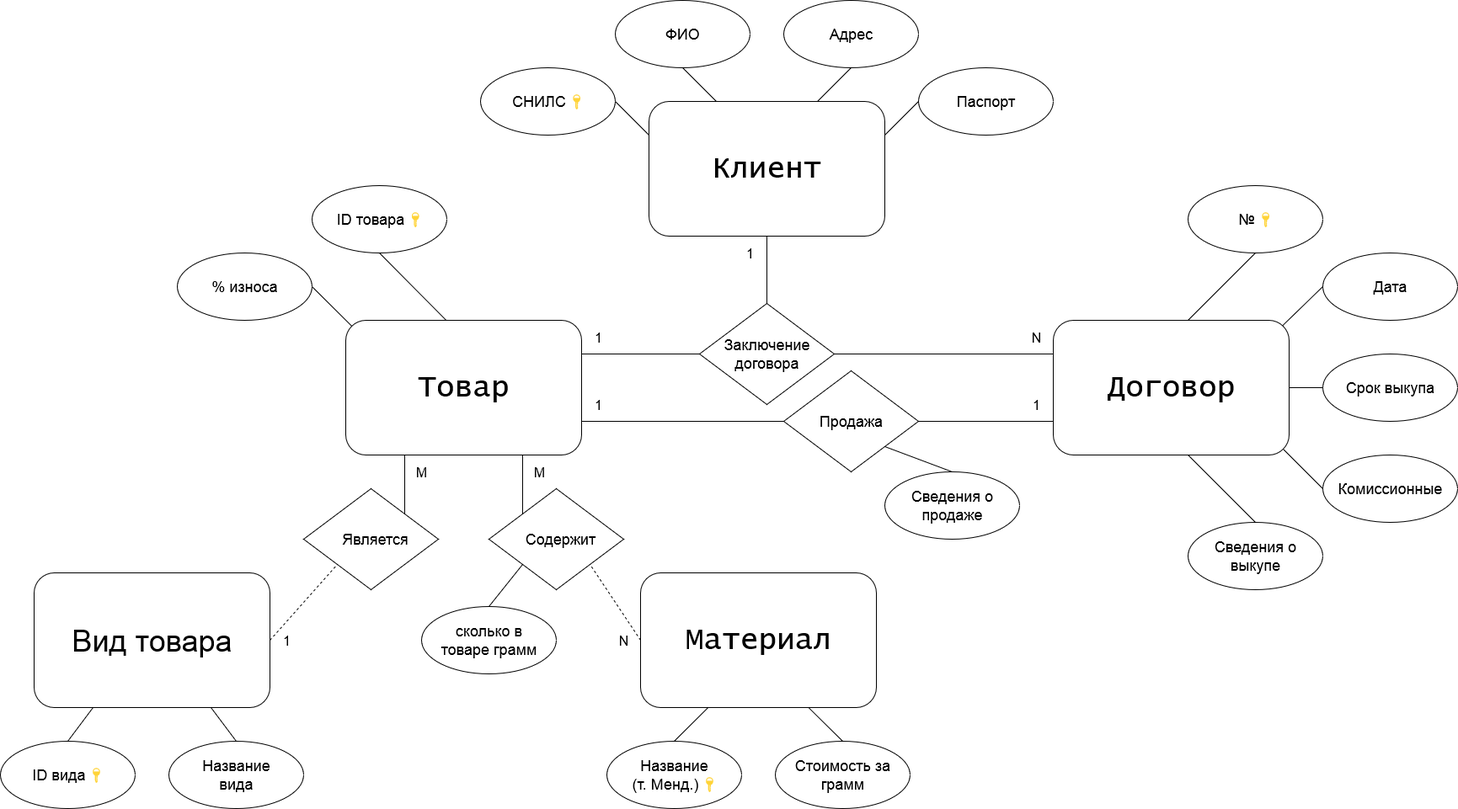
The draw.io diagram Ломбард.drawio.png in staretc/Pawnshop_DB, before a commit. Source tidied: cells renumbered, new cells last; positions are measured from the earlier drawing's top-left corner, leaving out a move shared by most shapes.
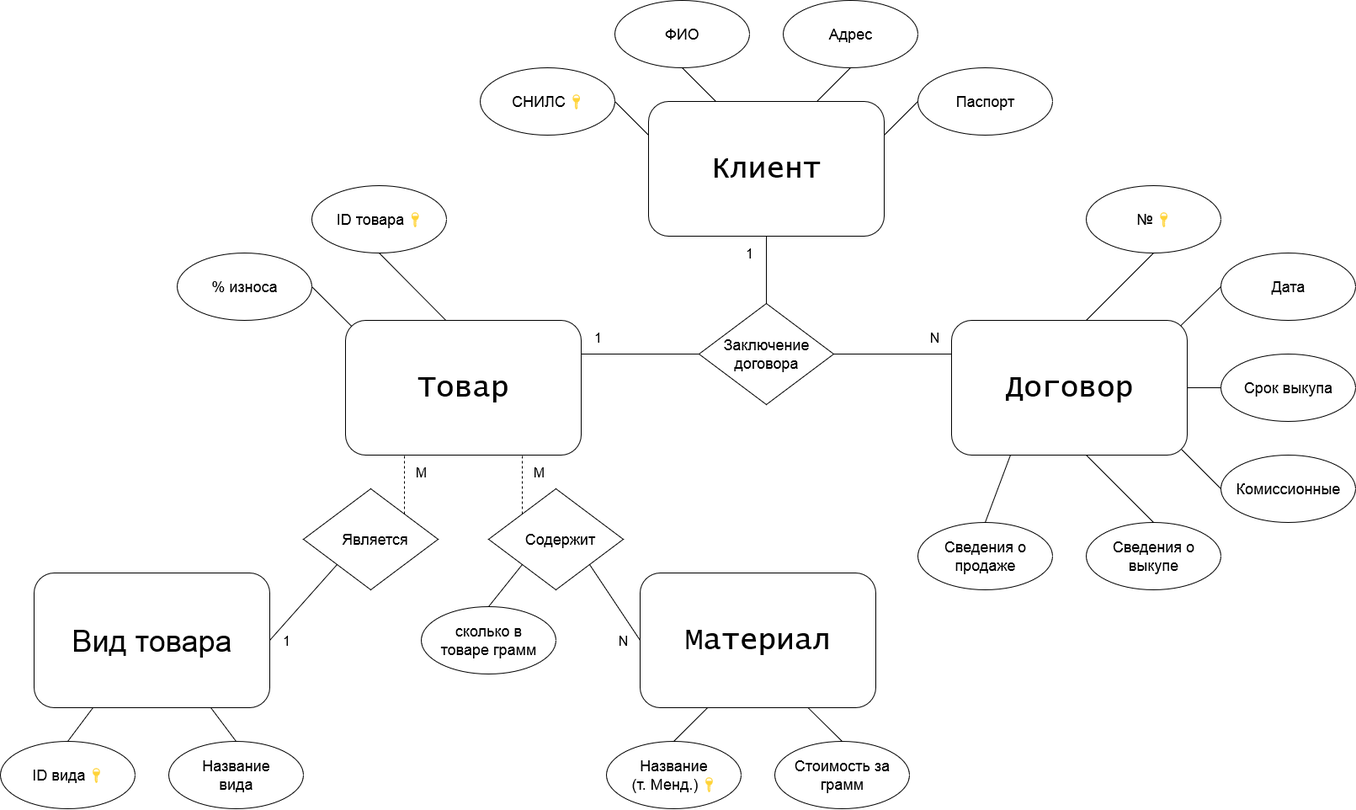
After the commit.

Commit message:
ER-model: some fixes and Sell relation deleted

The edit, as a diff of the source:
```diff
@@ -21,10 +21,10 @@
       <mxGeometry x="800" y="720" width="200" height="80" as="geometry" />
     </mxCell>
     <mxCell id="8" style="rounded=1;whiteSpace=wrap;html=1;" parent="1" vertex="1">
-      <mxGeometry x="1250" y="380" width="280" height="160" as="geometry" />
+      <mxGeometry x="1130" y="380" width="280" height="160" as="geometry" />
     </mxCell>
     <mxCell id="9" value="&lt;font face=&quot;Lucida Console&quot;&gt;&lt;span style=&quot;font-size: 36px;&quot;&gt;Договор&lt;/span&gt;&lt;/font&gt;" style="text;html=1;align=center;verticalAlign=middle;whiteSpace=wrap;rounded=0;" parent="1" vertex="1">
-      <mxGeometry x="1290" y="420" width="200" height="80" as="geometry" />
+      <mxGeometry x="1170" y="420" width="200" height="80" as="geometry" />
     </mxCell>
     <mxCell id="10" style="ellipse;whiteSpace=wrap;html=1;" parent="1" vertex="1">
       <mxGeometry x="720" y="880" width="160" height="80" as="geometry" />
@@ -69,34 +69,34 @@
       <mxGeometry x="950" y="20" width="120" height="40" as="geometry" />
     </mxCell>
     <mxCell id="24" style="ellipse;whiteSpace=wrap;html=1;" parent="1" vertex="1">
-      <mxGeometry x="1410" y="220" width="160" height="80" as="geometry" />
+      <mxGeometry x="1290" y="220" width="160" height="80" as="geometry" />
     </mxCell>
     <mxCell id="25" value="&lt;span style=&quot;font-size: 18px;&quot;&gt;№&amp;nbsp;&lt;/span&gt;&lt;span style=&quot;color: rgb(17, 17, 17); font-family: Arial, sans-serif; font-size: 16px; text-align: right;&quot;&gt;🔑&lt;/span&gt;" style="text;html=1;align=center;verticalAlign=middle;whiteSpace=wrap;rounded=0;" parent="1" vertex="1">
-      <mxGeometry x="1430" y="240" width="120" height="40" as="geometry" />
+      <mxGeometry x="1310" y="240" width="120" height="40" as="geometry" />
     </mxCell>
     <mxCell id="26" style="ellipse;whiteSpace=wrap;html=1;" parent="1" vertex="1">
-      <mxGeometry x="1570" y="300" width="160" height="80" as="geometry" />
+      <mxGeometry x="1450" y="300" width="160" height="80" as="geometry" />
     </mxCell>
     <mxCell id="27" value="&lt;span style=&quot;font-size: 18px;&quot;&gt;Дата&lt;/span&gt;" style="text;html=1;align=center;verticalAlign=middle;whiteSpace=wrap;rounded=0;" parent="1" vertex="1">
-      <mxGeometry x="1590" y="320" width="120" height="40" as="geometry" />
+      <mxGeometry x="1470" y="320" width="120" height="40" as="geometry" />
     </mxCell>
     <mxCell id="28" style="ellipse;whiteSpace=wrap;html=1;" parent="1" vertex="1">
-      <mxGeometry x="1570" y="420" width="160" height="80" as="geometry" />
+      <mxGeometry x="1450" y="420" width="160" height="80" as="geometry" />
     </mxCell>
     <mxCell id="29" value="&lt;span style=&quot;font-size: 18px;&quot;&gt;Срок выкупа&lt;/span&gt;" style="text;html=1;align=center;verticalAlign=middle;whiteSpace=wrap;rounded=0;" parent="1" vertex="1">
-      <mxGeometry x="1590" y="440" width="120" height="40" as="geometry" />
+      <mxGeometry x="1470" y="440" width="120" height="40" as="geometry" />
     </mxCell>
     <mxCell id="30" style="ellipse;whiteSpace=wrap;html=1;" parent="1" vertex="1">
-      <mxGeometry x="1570" y="540" width="160" height="80" as="geometry" />
+      <mxGeometry x="1450" y="540" width="160" height="80" as="geometry" />
     </mxCell>
     <mxCell id="31" value="&lt;span style=&quot;font-size: 18px;&quot;&gt;Комиссионные&lt;/span&gt;" style="text;html=1;align=center;verticalAlign=middle;whiteSpace=wrap;rounded=0;" parent="1" vertex="1">
-      <mxGeometry x="1590" y="560" width="120" height="40" as="geometry" />
+      <mxGeometry x="1470" y="560" width="120" height="40" as="geometry" />
     </mxCell>
     <mxCell id="32" style="ellipse;whiteSpace=wrap;html=1;" parent="1" vertex="1">
-      <mxGeometry x="1410" y="620" width="160" height="80" as="geometry" />
+      <mxGeometry x="1290" y="620" width="160" height="80" as="geometry" />
     </mxCell>
     <mxCell id="33" value="&lt;span style=&quot;font-size: 18px;&quot;&gt;Сведения о выкупе&lt;/span&gt;" style="text;html=1;align=center;verticalAlign=middle;whiteSpace=wrap;rounded=0;" parent="1" vertex="1">
-      <mxGeometry x="1430" y="640" width="120" height="40" as="geometry" />
+      <mxGeometry x="1310" y="640" width="120" height="40" as="geometry" />
     </mxCell>
     <mxCell id="34" style="ellipse;whiteSpace=wrap;html=1;" parent="1" vertex="1">
       <mxGeometry x="570" y="80" width="160" height="80" as="geometry" />
@@ -110,12 +110,10 @@
     <mxCell id="37" value="&lt;font style=&quot;font-size: 18px;&quot;&gt;Содержит&lt;/font&gt;" style="text;html=1;align=center;verticalAlign=middle;whiteSpace=wrap;rounded=0;" parent="1" vertex="1">
       <mxGeometry x="620" y="620" width="90" height="40" as="geometry" />
     </mxCell>
-    <mxCell id="38" style="endArrow=none;dashed=1;html=1;rounded=0;exitX=0;exitY=0.5;exitDx=0;exitDy=0;" parent="1" edge="1" source="6">
-      <mxGeometry relative="1" as="geometry">
-        <mxPoint x="700" y="670" as="targetPoint" />
-      </mxGeometry>
+    <mxCell id="38" style="endArrow=none;dashed=1;html=1;rounded=0;entryX=0;entryY=0;entryDx=0;entryDy=0;exitX=0;exitY=0;exitDx=0;exitDy=0;" parent="1" edge="1" source="36" target="40">
+      <mxGeometry relative="1" as="geometry" />
     </mxCell>
-    <mxCell id="39" style="endArrow=none;html=1;rounded=0;entryX=0.75;entryY=1;entryDx=0;entryDy=0;exitX=0;exitY=0;exitDx=0;exitDy=0;" parent="1" edge="1" source="36" target="4">
+    <mxCell id="39" style="endArrow=none;html=1;rounded=0;entryX=1;entryY=1;entryDx=0;entryDy=0;exitX=0;exitY=0.5;exitDx=0;exitDy=0;" parent="1" edge="1" source="6" target="36">
       <mxGeometry relative="1" as="geometry" />
     </mxCell>
     <mxCell id="40" value="&lt;font style=&quot;font-size: 16px;&quot;&gt;M&lt;/font&gt;" style="text;html=1;align=center;verticalAlign=middle;whiteSpace=wrap;rounded=0;" parent="1" vertex="1">
@@ -158,7 +156,7 @@
     </mxCell>
     <mxCell id="52" style="endArrow=none;html=1;rounded=0;entryX=0.5;entryY=1;entryDx=0;entryDy=0;" parent="1" edge="1" target="24">
       <mxGeometry relative="1" as="geometry">
-        <mxPoint x="1410" y="380" as="sourcePoint" />
+        <mxPoint x="1290" y="380" as="sourcePoint" />
       </mxGeometry>
     </mxCell>
     <mxCell id="53" style="endArrow=none;html=1;rounded=0;entryX=0;entryY=0.5;entryDx=0;entryDy=0;exitX=0.972;exitY=0.04;exitDx=0;exitDy=0;exitPerimeter=0;" parent="1" edge="1" source="8" target="26">
@@ -186,7 +184,7 @@
       <mxGeometry x="870" y="280" width="40" height="40" as="geometry" />
     </mxCell>
     <mxCell id="61" value="&lt;span style=&quot;font-size: 16px;&quot;&gt;N&lt;/span&gt;" style="text;html=1;align=center;verticalAlign=middle;whiteSpace=wrap;rounded=0;" parent="1" vertex="1">
-      <mxGeometry x="1210" y="380" width="40" height="40" as="geometry" />
+      <mxGeometry x="1090" y="380" width="40" height="40" as="geometry" />
     </mxCell>
     <mxCell id="62" value="&lt;font style=&quot;font-size: 16px;&quot;&gt;1&lt;/font&gt;" style="text;html=1;align=center;verticalAlign=middle;whiteSpace=wrap;rounded=0;" parent="1" vertex="1">
       <mxGeometry x="690" y="380" width="40" height="40" as="geometry" />
@@ -200,31 +198,13 @@
     <mxCell id="65" style="endArrow=none;html=1;rounded=0;entryX=0.713;entryY=1.001;entryDx=0;entryDy=0;entryPerimeter=0;exitX=0.5;exitY=0;exitDx=0;exitDy=0;" parent="1" edge="1" source="63" target="6">
       <mxGeometry relative="1" as="geometry" />
     </mxCell>
-    <mxCell id="66" style="rhombus;whiteSpace=wrap;html=1;" parent="1" vertex="1">
-      <mxGeometry x="930" y="440" width="160" height="120" as="geometry" />
-    </mxCell>
-    <mxCell id="67" value="&lt;span style=&quot;font-size: 18px;&quot;&gt;Продажа&lt;/span&gt;" style="text;html=1;align=center;verticalAlign=middle;whiteSpace=wrap;rounded=0;" parent="1" vertex="1">
-      <mxGeometry x="960" y="480" width="100" height="40" as="geometry" />
-    </mxCell>
-    <mxCell id="68" style="endArrow=none;html=1;rounded=0;entryX=0;entryY=0.75;entryDx=0;entryDy=0;exitX=1;exitY=0.5;exitDx=0;exitDy=0;" parent="1" edge="1" source="66" target="8">
-      <mxGeometry relative="1" as="geometry" />
-    </mxCell>
-    <mxCell id="69" style="endArrow=none;html=1;rounded=0;entryX=1;entryY=0.75;entryDx=0;entryDy=0;exitX=0;exitY=0.5;exitDx=0;exitDy=0;" parent="1" edge="1" source="66" target="4">
-      <mxGeometry relative="1" as="geometry" />
-    </mxCell>
-    <mxCell id="70" value="&lt;font style=&quot;font-size: 16px;&quot;&gt;1&lt;/font&gt;" style="text;html=1;align=center;verticalAlign=middle;whiteSpace=wrap;rounded=0;" parent="1" vertex="1">
-      <mxGeometry x="690" y="460" width="40" height="40" as="geometry" />
-    </mxCell>
-    <mxCell id="71" value="&lt;font style=&quot;font-size: 16px;&quot;&gt;1&lt;/font&gt;" style="text;html=1;align=center;verticalAlign=middle;whiteSpace=wrap;rounded=0;" parent="1" vertex="1">
-      <mxGeometry x="1210" y="460" width="40" height="40" as="geometry" />
-    </mxCell>
     <mxCell id="72" style="ellipse;whiteSpace=wrap;html=1;" parent="1" vertex="1">
-      <mxGeometry x="1050" y="560" width="160" height="80" as="geometry" />
+      <mxGeometry x="1090" y="620" width="160" height="80" as="geometry" />
     </mxCell>
     <mxCell id="73" value="&lt;span style=&quot;font-size: 18px;&quot;&gt;Сведения о продаже&lt;/span&gt;" style="text;html=1;align=center;verticalAlign=middle;whiteSpace=wrap;rounded=0;" parent="1" vertex="1">
-      <mxGeometry x="1070" y="580" width="120" height="40" as="geometry" />
+      <mxGeometry x="1110" y="640" width="120" height="40" as="geometry" />
     </mxCell>
-    <mxCell id="74" style="endArrow=none;html=1;rounded=0;entryX=1;entryY=1;entryDx=0;entryDy=0;exitX=0.5;exitY=0;exitDx=0;exitDy=0;" parent="1" edge="1" source="72" target="66">
+    <mxCell id="74" style="endArrow=none;html=1;rounded=0;entryX=0.25;entryY=1;entryDx=0;entryDy=0;exitX=0.5;exitY=0;exitDx=0;exitDy=0;" parent="1" edge="1" source="72" target="8">
       <mxGeometry relative="1" as="geometry" />
     </mxCell>
     <mxCell id="75" style="rhombus;whiteSpace=wrap;html=1;" parent="1" vertex="1">
@@ -236,7 +216,7 @@
     <mxCell id="77" value="&lt;font style=&quot;font-size: 36px;&quot;&gt;Вид товара&lt;br&gt;&lt;/font&gt;" style="rounded=1;whiteSpace=wrap;html=1;" parent="1" vertex="1">
       <mxGeometry x="40" y="680" width="280" height="160" as="geometry" />
     </mxCell>
-    <mxCell id="78" style="endArrow=none;html=1;rounded=0;exitX=1;exitY=0;exitDx=0;exitDy=0;entryX=0.25;entryY=1;entryDx=0;entryDy=0;" parent="1" edge="1" source="75" target="4">
+    <mxCell id="78" style="endArrow=none;html=1;rounded=0;exitX=0;exitY=0.5;exitDx=0;exitDy=0;entryX=0;entryY=1;entryDx=0;entryDy=0;" parent="1" edge="1" source="85" target="75">
       <mxGeometry relative="1" as="geometry" />
     </mxCell>
     <mxCell id="79" style="ellipse;whiteSpace=wrap;html=1;" parent="1" vertex="1">
@@ -263,7 +243,7 @@
     <mxCell id="86" value="&lt;font style=&quot;font-size: 16px;&quot;&gt;M&lt;/font&gt;" style="text;html=1;align=center;verticalAlign=middle;whiteSpace=wrap;rounded=0;" parent="1" vertex="1">
       <mxGeometry x="480" y="540" width="40" height="40" as="geometry" />
     </mxCell>
-    <mxCell id="87" style="endArrow=none;dashed=1;html=1;rounded=0;exitX=0;exitY=0.5;exitDx=0;exitDy=0;entryX=0;entryY=1;entryDx=0;entryDy=0;" parent="1" edge="1" source="85" target="75">
+    <mxCell id="87" style="endArrow=none;dashed=1;html=1;rounded=0;exitX=1;exitY=0;exitDx=0;exitDy=0;entryX=0.25;entryY=1;entryDx=0;entryDy=0;" parent="1" edge="1" source="75" target="4">
       <mxGeometry relative="1" as="geometry" />
     </mxCell>
   </root>
```
